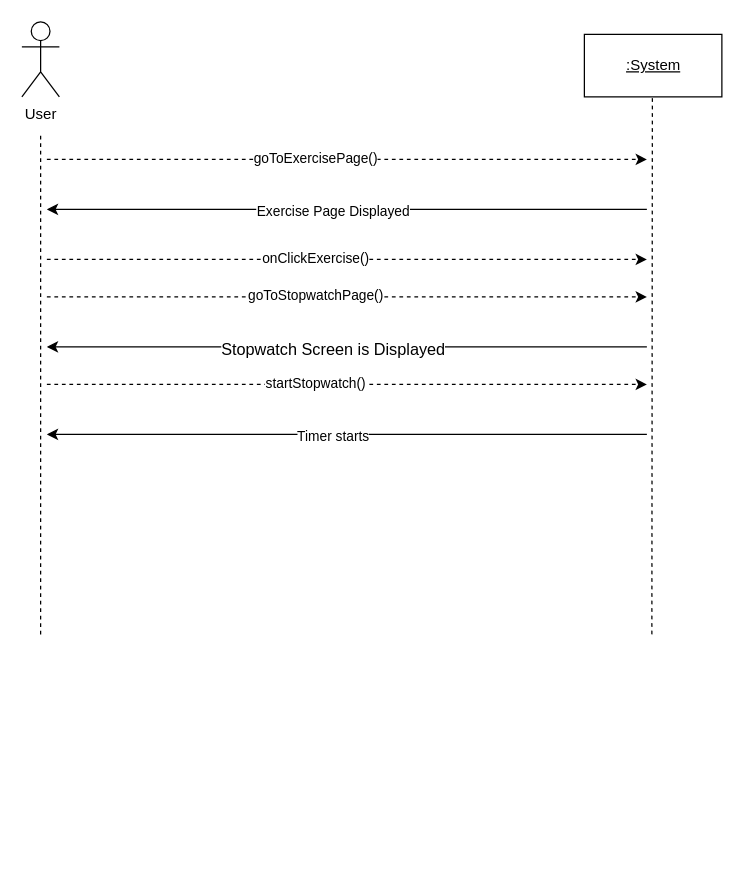
This is SSD - Start Stopwatch.drawio from Esaied19/Team-Albatross, a draw.io file, before an edit. Source tidied: cells renumbered, new cells numbered last; positions are measured from the earlier drawing's top-left corner, leaving out a move shared by most shapes. Both pictures are drawn from the tidied source at 125%, with x=0, y=0 at pixel (21, 21).
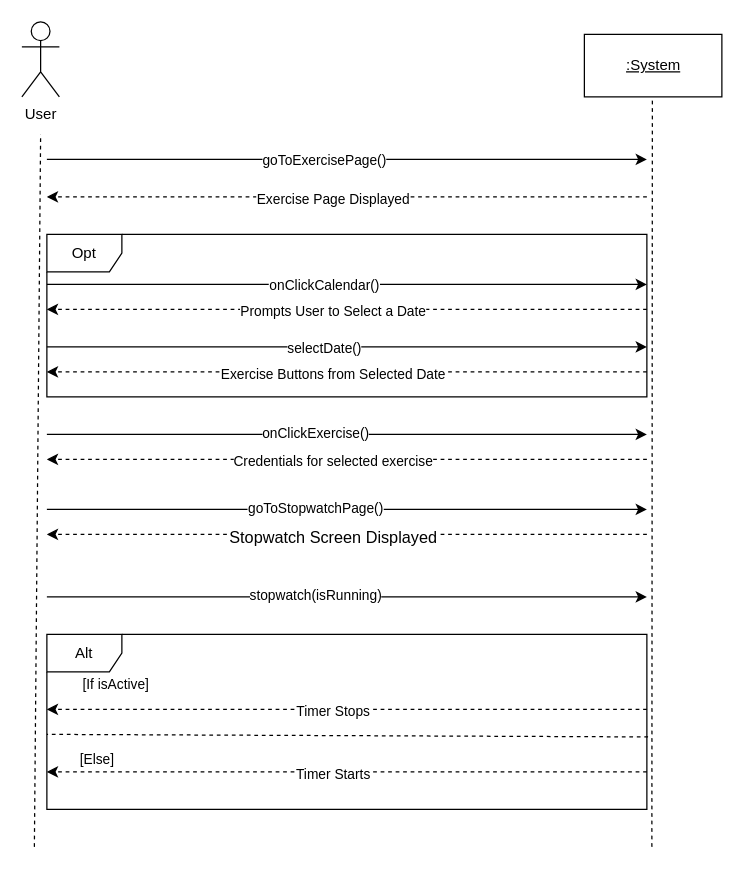
Above is the later version.

What changed in the source:
```diff
@@
+    <mxCell id="20" value="Alt" style="shape=umlFrame;whiteSpace=wrap;html=1;" parent="1" vertex="1">
+      <mxGeometry x="20" y="490" width="480" height="140" as="geometry" />
+    </mxCell>
+    <mxCell id="21" value="Opt" style="shape=umlFrame;whiteSpace=wrap;html=1;" parent="1" vertex="1">
+      <mxGeometry x="20" y="170" width="480" height="130" as="geometry" />
+    </mxCell>
@@
     <mxCell id="4" style="endArrow=none;dashed=1;html=1;rounded=0;" parent="1" edge="1">
       <mxGeometry relative="1" as="geometry">
-        <mxPoint x="15" y="490" as="sourcePoint" />
+        <mxPoint x="10" y="660" as="sourcePoint" />
         <mxPoint x="15" y="90" as="targetPoint" />
       </mxGeometry>
     </mxCell>
     <mxCell id="5" style="endArrow=none;dashed=1;html=1;rounded=0;" parent="1" edge="1">
       <mxGeometry relative="1" as="geometry">
-        <mxPoint x="504" y="490" as="sourcePoint" />
+        <mxPoint x="504" y="660" as="sourcePoint" />
         <mxPoint x="504.4" y="60" as="targetPoint" />
       </mxGeometry>
     </mxCell>
-    <mxCell id="6" style="endArrow=classic;html=1;rounded=0;" parent="1" edge="1">
+    <mxCell id="6" style="endArrow=classic;html=1;rounded=0;dashed=1;" parent="1" edge="1">
       <mxGeometry relative="1" as="geometry">
-        <mxPoint x="500" y="150" as="sourcePoint" />
-        <mxPoint x="20" y="150" as="targetPoint" />
+        <mxPoint x="500" y="140" as="sourcePoint" />
+        <mxPoint x="20" y="140" as="targetPoint" />
       </mxGeometry>
     </mxCell>
@@
-    <mxCell id="8" style="endArrow=classic;html=1;rounded=0;dashed=1;" parent="1" edge="1">
+    <mxCell id="8" style="endArrow=classic;html=1;rounded=0;" parent="1" edge="1">
       <mxGeometry relative="1" as="geometry">
         <mxPoint x="20" y="110" as="sourcePoint" />
         <mxPoint x="500" y="110" as="targetPoint" />
       </mxGeometry>
     </mxCell>
     <mxCell id="9" value="goToExercisePage()" style="edgeLabel;html=1;align=center;verticalAlign=middle;" parent="8" vertex="1">
-      <mxGeometry x="-0.11" y="2" relative="1" as="geometry" />
+      <mxGeometry x="-0.11" y="2" relative="1" as="geometry">
+        <mxPoint x="7" y="2" as="offset" />
+      </mxGeometry>
     </mxCell>
-    <mxCell id="10" style="endArrow=classic;html=1;rounded=0;dashed=1;" parent="1" edge="1">
+    <mxCell id="10" style="endArrow=classic;html=1;rounded=0;" parent="1" edge="1">
       <mxGeometry relative="1" as="geometry">
-        <mxPoint x="20" y="190" as="sourcePoint" />
-        <mxPoint x="500" y="190" as="targetPoint" />
+        <mxPoint x="20" y="330" as="sourcePoint" />
+        <mxPoint x="500" y="330" as="targetPoint" />
       </mxGeometry>
     </mxCell>
@@
-    <mxCell id="12" style="endArrow=classic;html=1;rounded=0;dashed=1;" parent="1" edge="1">
+    <mxCell id="12" style="endArrow=classic;html=1;rounded=0;" parent="1" edge="1">
       <mxGeometry relative="1" as="geometry">
-        <mxPoint x="20" y="220" as="sourcePoint" />
-        <mxPoint x="500" y="220" as="targetPoint" />
+        <mxPoint x="20" y="390" as="sourcePoint" />
+        <mxPoint x="500" y="390" as="targetPoint" />
       </mxGeometry>
     </mxCell>
@@
-    <mxCell id="14" style="endArrow=classic;html=1;rounded=0;" parent="1" edge="1">
+    <mxCell id="14" style="endArrow=classic;html=1;rounded=0;dashed=1;" parent="1" edge="1">
       <mxGeometry relative="1" as="geometry">
-        <mxPoint x="500" y="330" as="sourcePoint" />
-        <mxPoint x="20" y="330" as="targetPoint" />
+        <mxPoint x="500" y="550" as="sourcePoint" />
+        <mxPoint x="20" y="550" as="targetPoint" />
       </mxGeometry>
     </mxCell>
-    <mxCell id="15" value="Timer starts" style="edgeLabel;html=1;align=center;verticalAlign=middle;" parent="14" vertex="1">
+    <mxCell id="15" value="Timer Stops" style="edgeLabel;html=1;align=center;verticalAlign=middle;" parent="14" vertex="1">
       <mxGeometry x="0.05" y="1" relative="1" as="geometry" />
     </mxCell>
-    <mxCell id="16" style="endArrow=classic;html=1;rounded=0;" parent="1" edge="1">
+    <mxCell id="16" style="endArrow=classic;html=1;rounded=0;dashed=1;" parent="1" edge="1">
       <mxGeometry relative="1" as="geometry">
-        <mxPoint x="500" y="260" as="sourcePoint" />
-        <mxPoint x="20" y="260" as="targetPoint" />
+        <mxPoint x="500" y="410" as="sourcePoint" />
+        <mxPoint x="20" y="410" as="targetPoint" />
       </mxGeometry>
     </mxCell>
-    <mxCell id="17" value="&lt;span style=&quot;font-size: 13px ; color: #000000 ; font-weight: normal ; text-decoration: none ; font-family: &amp;#34;arial&amp;#34; ; font-style: normal&quot;&gt;Stopwatch Screen is Displayed&lt;/span&gt;" style="edgeLabel;html=1;align=center;verticalAlign=middle;" parent="16" vertex="1">
+    <mxCell id="17" value="&lt;span style=&quot;font-size: 13px ; color: #000000 ; font-weight: normal ; text-decoration: none ; font-family: &amp;#34;arial&amp;#34; ; font-style: normal&quot;&gt;Stopwatch Screen Displayed&lt;/span&gt;" style="edgeLabel;html=1;align=center;verticalAlign=middle;" parent="16" vertex="1">
       <mxGeometry x="0.05" y="1" relative="1" as="geometry" />
     </mxCell>
-    <mxCell id="18" style="endArrow=classic;html=1;rounded=0;dashed=1;" parent="1" edge="1">
+    <mxCell id="18" style="endArrow=classic;html=1;rounded=0;" parent="1" edge="1">
       <mxGeometry relative="1" as="geometry">
-        <mxPoint x="20" y="290" as="sourcePoint" />
-        <mxPoint x="500" y="290" as="targetPoint" />
+        <mxPoint x="20" y="460" as="sourcePoint" />
+        <mxPoint x="500" y="460" as="targetPoint" />
       </mxGeometry>
     </mxCell>
-    <mxCell id="19" value="startStopwatch()" style="edgeLabel;html=1;align=center;verticalAlign=middle;" parent="18" vertex="1">
+    <mxCell id="19" value="stopwatch(isRunning)" style="edgeLabel;html=1;align=center;verticalAlign=middle;" parent="18" vertex="1">
       <mxGeometry x="-0.11" y="2" relative="1" as="geometry" />
     </mxCell>
+    <mxCell id="22" style="endArrow=classic;html=1;rounded=0;" parent="1" edge="1">
+      <mxGeometry relative="1" as="geometry">
+        <mxPoint x="20" y="210" as="sourcePoint" />
+        <mxPoint x="500" y="210" as="targetPoint" />
+      </mxGeometry>
+    </mxCell>
+    <mxCell id="23" value="onClickCalendar()" style="edgeLabel;html=1;align=center;verticalAlign=middle;" parent="22" vertex="1">
+      <mxGeometry x="-0.11" y="2" relative="1" as="geometry">
+        <mxPoint x="7" y="2" as="offset" />
+      </mxGeometry>
+    </mxCell>
+    <mxCell id="24" style="endArrow=classic;html=1;rounded=0;" parent="1" edge="1">
+      <mxGeometry relative="1" as="geometry">
+        <mxPoint x="20" y="260" as="sourcePoint" />
+        <mxPoint x="500" y="260" as="targetPoint" />
+      </mxGeometry>
+    </mxCell>
+    <mxCell id="25" value="selectDate()" style="edgeLabel;html=1;align=center;verticalAlign=middle;" parent="24" vertex="1">
+      <mxGeometry x="-0.11" y="2" relative="1" as="geometry">
+        <mxPoint x="7" y="2" as="offset" />
+      </mxGeometry>
+    </mxCell>
+    <mxCell id="26" style="endArrow=classic;html=1;rounded=0;dashed=1;" parent="1" edge="1">
+      <mxGeometry relative="1" as="geometry">
+        <mxPoint x="500" y="230" as="sourcePoint" />
+        <mxPoint x="20" y="230" as="targetPoint" />
+      </mxGeometry>
+    </mxCell>
+    <mxCell id="27" value="&lt;font style=&quot;font-size: 11px&quot;&gt;&lt;span style=&quot;color: rgb(0 , 0 , 0) ; font-weight: normal ; text-decoration: none ; font-family: &amp;#34;arial&amp;#34; ; font-style: normal&quot;&gt;Prompts User to Select a Date&lt;/span&gt;&lt;/font&gt;" style="edgeLabel;html=1;align=center;verticalAlign=middle;" parent="26" vertex="1">
+      <mxGeometry x="0.05" y="1" relative="1" as="geometry" />
+    </mxCell>
+    <mxCell id="28" style="endArrow=classic;html=1;rounded=0;dashed=1;" parent="1" edge="1">
+      <mxGeometry relative="1" as="geometry">
+        <mxPoint x="500" y="280" as="sourcePoint" />
+        <mxPoint x="20" y="280" as="targetPoint" />
+      </mxGeometry>
+    </mxCell>
+    <mxCell id="29" value="Exercise Buttons from Selected Date" style="edgeLabel;html=1;align=center;verticalAlign=middle;" parent="28" vertex="1">
+      <mxGeometry x="0.05" y="1" relative="1" as="geometry" />
+    </mxCell>
+    <mxCell id="30" style="endArrow=classic;html=1;rounded=0;dashed=1;" parent="1" edge="1">
+      <mxGeometry relative="1" as="geometry">
+        <mxPoint x="500" y="350" as="sourcePoint" />
+        <mxPoint x="20" y="350" as="targetPoint" />
+      </mxGeometry>
+    </mxCell>
+    <mxCell id="31" value="&lt;span style=&quot;font-size: 11px ; color: rgb(0 , 0 , 0) ; font-weight: normal ; text-decoration: none ; font-family: &amp;#34;arial&amp;#34; ; font-style: normal&quot;&gt;Credentials for selected exercise&lt;/span&gt;" style="edgeLabel;html=1;align=center;verticalAlign=middle;fontSize=11;" parent="30" vertex="1">
+      <mxGeometry x="0.05" y="1" relative="1" as="geometry" />
+    </mxCell>
+    <mxCell id="32" value="[If isActive]" style="text;html=1;align=center;verticalAlign=middle;strokeColor=none;fillColor=none;fontSize=11;" parent="1" vertex="1">
+      <mxGeometry x="40" y="520" width="70" height="20" as="geometry" />
+    </mxCell>
+    <mxCell id="33" value="[Else]" style="text;html=1;align=center;verticalAlign=middle;strokeColor=none;fillColor=none;fontSize=11;" parent="1" vertex="1">
+      <mxGeometry x="40" y="580" width="40" height="20" as="geometry" />
+    </mxCell>
+    <mxCell id="34" style="endArrow=classic;html=1;rounded=0;dashed=1;" parent="1" edge="1">
+      <mxGeometry relative="1" as="geometry">
+        <mxPoint x="500" y="600" as="sourcePoint" />
+        <mxPoint x="20" y="600" as="targetPoint" />
+      </mxGeometry>
+    </mxCell>
+    <mxCell id="35" value="Timer Starts" style="edgeLabel;html=1;align=center;verticalAlign=middle;" parent="34" vertex="1">
+      <mxGeometry x="0.05" y="1" relative="1" as="geometry" />
+    </mxCell>
+    <mxCell id="36" style="endArrow=none;html=1;rounded=0;dashed=1;endFill=0;exitX=1.002;exitY=0.586;exitDx=0;exitDy=0;exitPerimeter=0;" parent="1" edge="1" source="20">
+      <mxGeometry relative="1" as="geometry">
+        <mxPoint x="20" y="570" as="targetPoint" />
+      </mxGeometry>
+    </mxCell>
```
